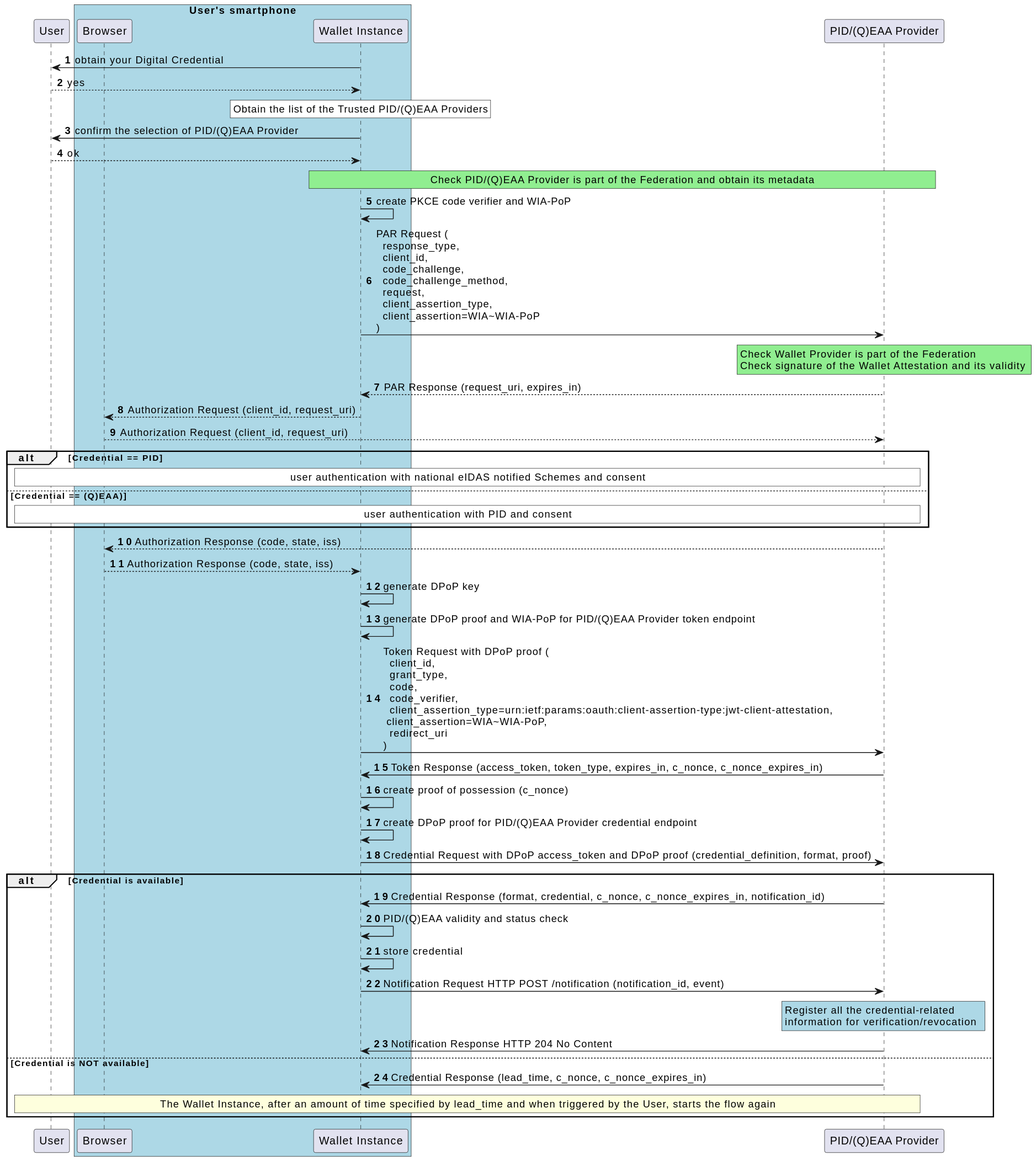
italia/eudi-wallet-it-docs keeps this PlantUML diagram as images/Low-Level-Flow-ITWallet-PID-QEAA-Issuance.svg. Above is the earlier version.
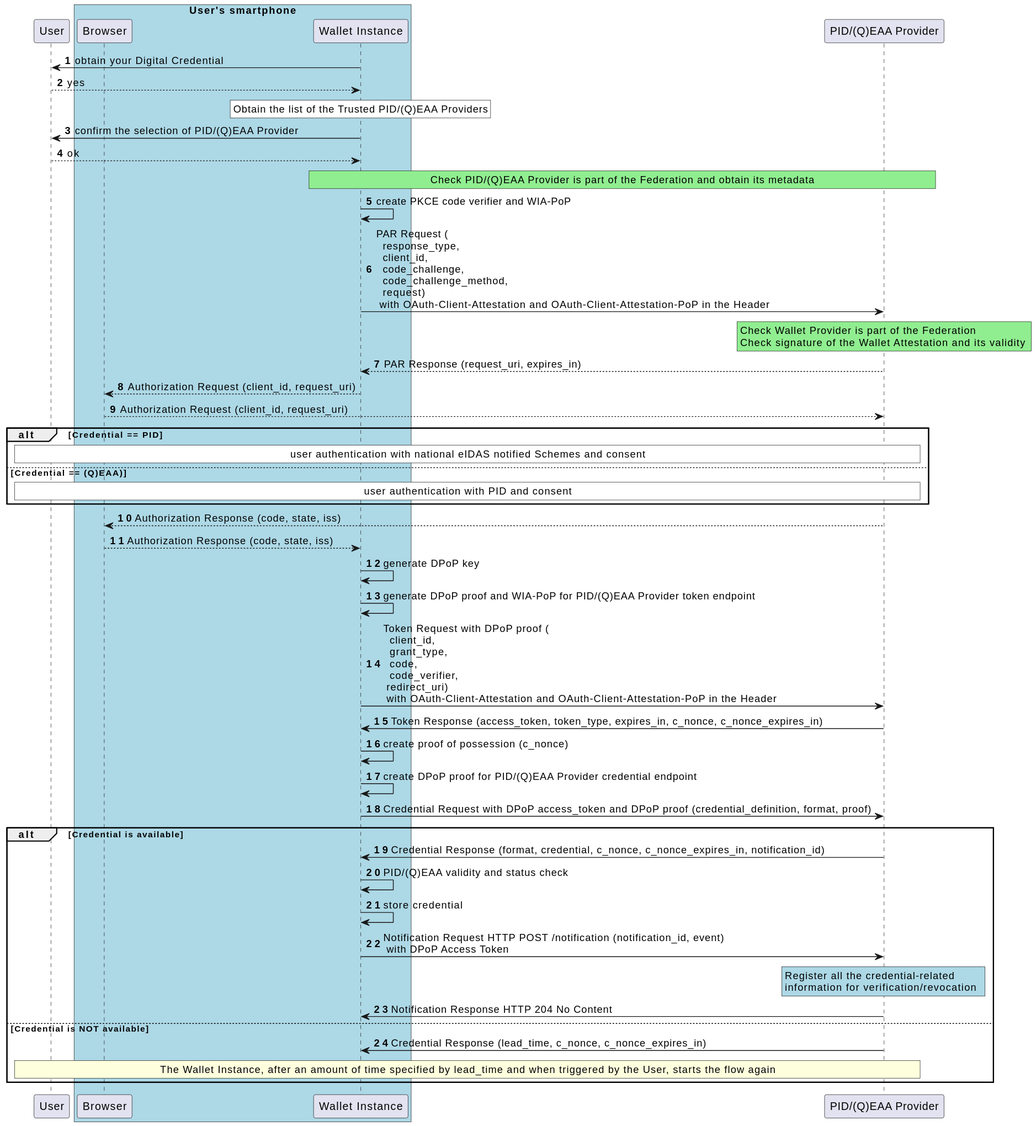
After the change.

Commit message:
chore: update issuance sequence diagram

What changed in the source:
```diff
@@ -29,7 +29,7 @@
 
 w -> w : create PKCE code verifier and WIA-PoP
 
-w -> i : PAR Request (\n  response_type,\n  client_id,\n  code_challenge,\n  code_challenge_method,\n  request,\n  client_assertion_type,\n  client_assertion=WIA~WIA-PoP\n)
+w -> i : PAR Request (\n  response_type,\n  client_id,\n  code_challenge,\n  code_challenge_method,\n  request) \n with OAuth-Client-Attestation and OAuth-Client-Attestation-PoP in the Header
 rnote over i #LIGHTGREEN
 Check Wallet Provider is part of the Federation
 Check signature of the Wallet Attestation and its validity
@@ -60,7 +60,7 @@
 w -> w : generate DPoP proof and WIA-PoP for PID/(Q)EAA Provider token endpoint
 
 
-w -> i : Token Request with DPoP proof (\n  client_id,\n  grant_type,\n  code,\n  code_verifier,\n  client_assertion_type=urn:ietf:params:oauth:client-assertion-type:jwt-client-attestation,\n client_assertion=WIA~WIA-PoP,\n  redirect_uri\n)
+w -> i : Token Request with DPoP proof (\n  client_id,\n  grant_type,\n  code,\n  code_verifier,\n redirect_uri) \n with OAuth-Client-Attestation and OAuth-Client-Attestation-PoP in the Header
 
 i -> w : Token Response (access_token, token_type, expires_in, c_nonce, c_nonce_expires_in)
 
@@ -79,7 +79,7 @@
 
 w -> w : store credential
 
-w -> i : Notification Request HTTP POST /notification (notification_id, event)
+w -> i : Notification Request HTTP POST /notification (notification_id, event) \n with DPoP Access Token
 
 rnote over i #LIGHTBLUE
 Register all the credential-related
```
